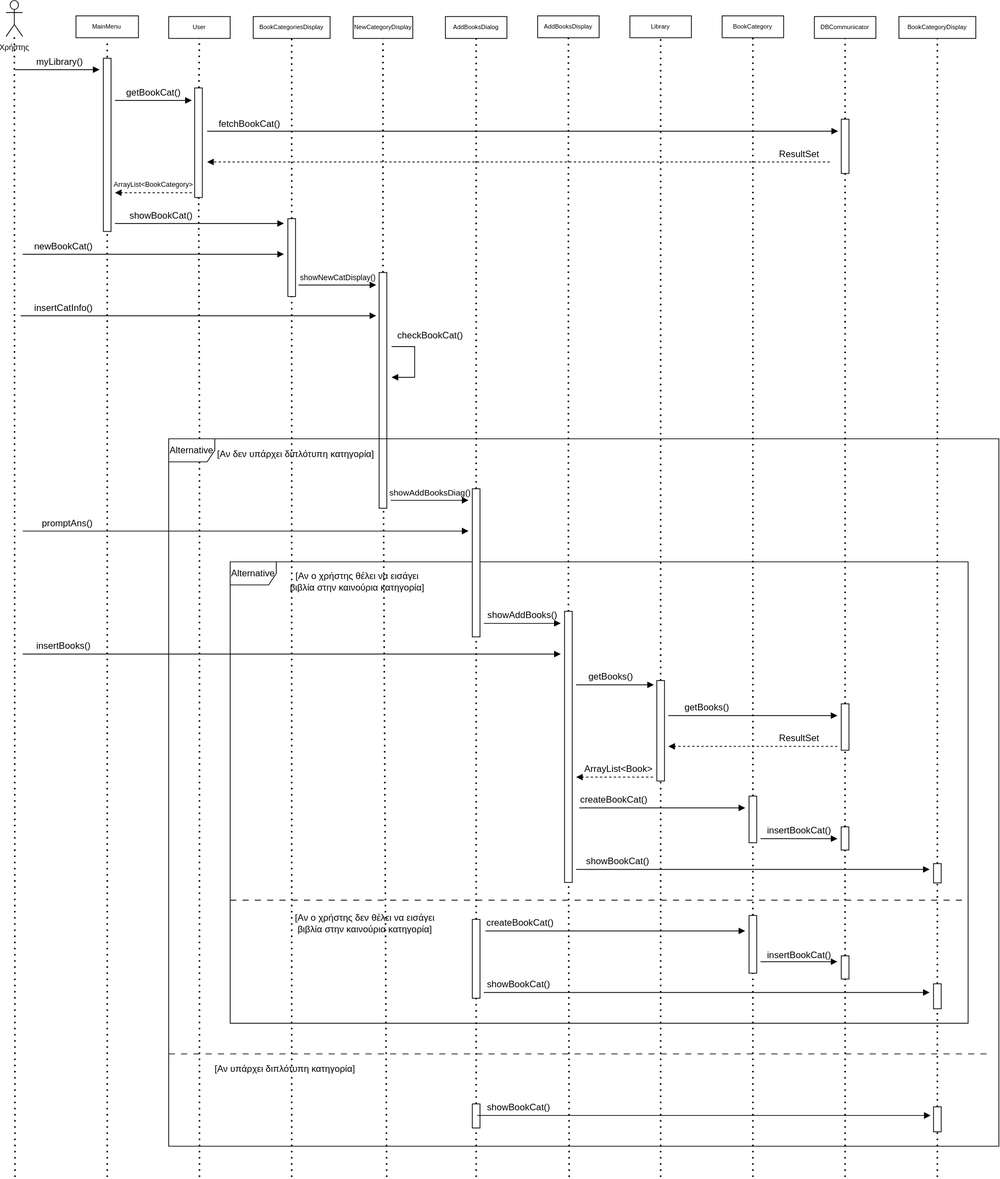
This is 2nd Assignment/Sequence Diagrams-v.0.1/Sequence-Diagram-v0.1-Δημιουργία Νέας Κατηγορίας Αποθηκευμένων Βιβλίων.svg from CallMeJasonYT/LibraVision, a draw.io export, as it was before one commit. Source tidied: cells renumbered, new cells last; positions are measured from the earlier drawing's top-left corner, leaving out a move shared by most shapes.
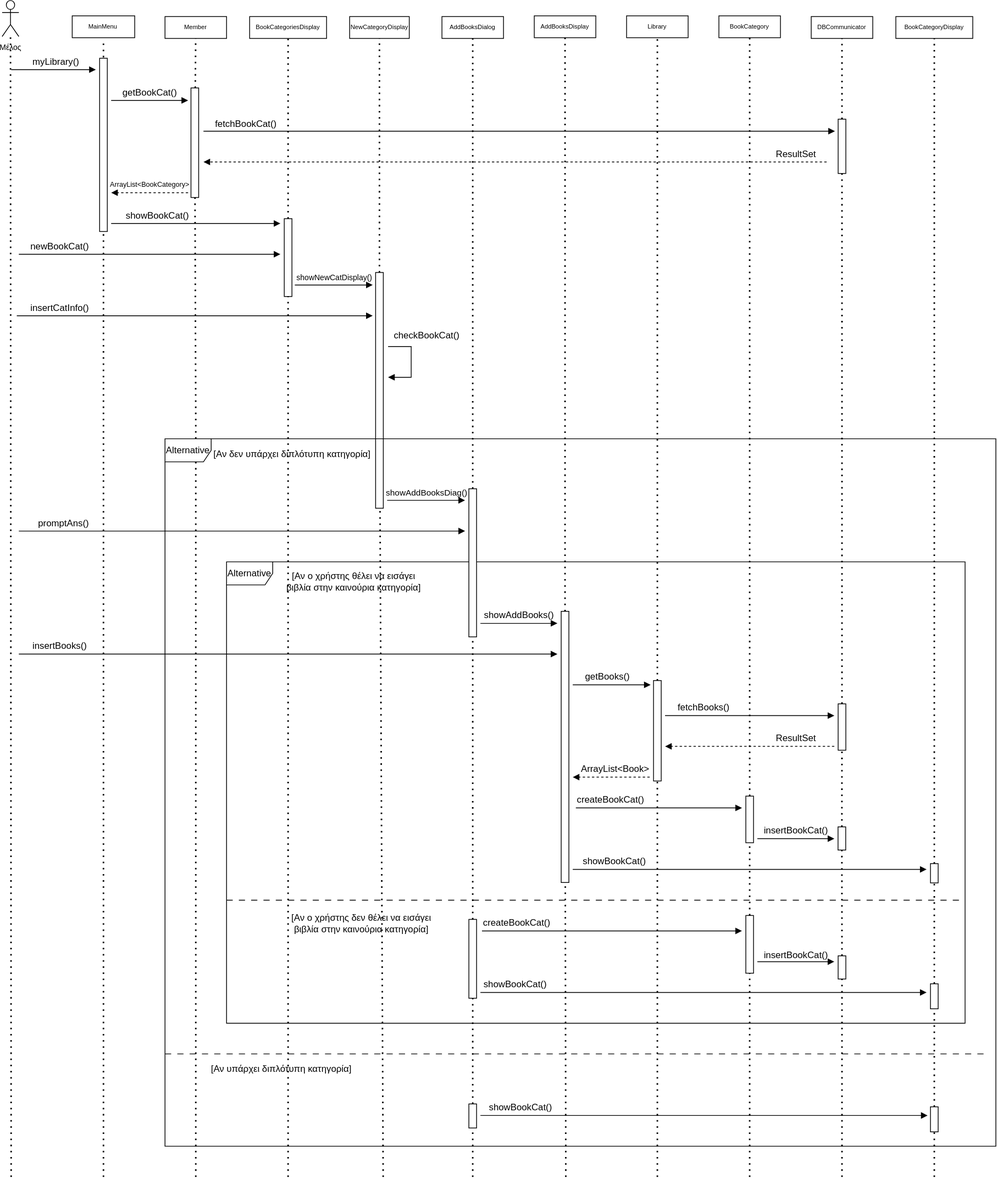
After the change.

Commit message:
Sequence-Diagram-v0.1-Δημιουργία Νέας Κατηγορίας Αποθηκευμένων Βιβλίων

Change to the diagram source:
```diff
@@ -58,10 +58,10 @@
     <mxCell id="17" value="AddBooksDisplay" style="rounded=0;whiteSpace=wrap;html=1;spacing=0;fontSize=8;" parent="1" vertex="1">
       <mxGeometry x="692" y="20" width="80" height="28.4" as="geometry" />
     </mxCell>
-    <mxCell id="18" value="&lt;font style=&quot;font-size: 10px;&quot;&gt;Χρήστης&lt;/font&gt;" style="shape=umlActor;verticalLabelPosition=bottom;verticalAlign=top;html=1;outlineConnect=0;" parent="1" vertex="1">
+    <mxCell id="18" value="&lt;font style=&quot;font-size: 10px;&quot;&gt;Μέλος&lt;/font&gt;" style="shape=umlActor;verticalLabelPosition=bottom;verticalAlign=top;html=1;outlineConnect=0;" parent="1" vertex="1">
       <mxGeometry x="0.3" width="21.7" height="46.9" as="geometry" />
     </mxCell>
-    <mxCell id="19" value="User" style="rounded=0;whiteSpace=wrap;html=1;spacing=0;fontSize=8;" parent="1" vertex="1">
+    <mxCell id="19" value="Member" style="rounded=0;whiteSpace=wrap;html=1;spacing=0;fontSize=8;" parent="1" vertex="1">
       <mxGeometry x="212" y="20.9" width="80" height="28.4" as="geometry" />
     </mxCell>
     <mxCell id="20" style="endArrow=none;dashed=1;html=1;dashPattern=1 3;strokeWidth=2;rounded=0;" parent="1" edge="1" target="18">
@@ -294,8 +294,8 @@
     <mxCell id="73" style="endArrow=none;dashed=1;html=1;dashPattern=1 3;strokeWidth=2;rounded=0;" parent="1" edge="1" source="100" target="60">
       <mxGeometry relative="1" as="geometry" />
     </mxCell>
-    <mxCell id="74" value="getBooks()" style="text;html=1;align=center;verticalAlign=middle;strokeColor=none;fillColor=none;spacing=0;" parent="1" vertex="1">
-      <mxGeometry x="872" y="910" width="80" height="20" as="geometry" />
+    <mxCell id="74" value="fetchBooks()" style="text;html=1;align=center;verticalAlign=middle;strokeColor=none;fillColor=none;spacing=0;" parent="1" vertex="1">
+      <mxGeometry x="867" y="910" width="90" height="20" as="geometry" />
     </mxCell>
     <mxCell id="75" style="rounded=0;whiteSpace=wrap;html=1;rotation=-90;" parent="1" vertex="1">
       <mxGeometry x="1061.8" y="939.9" width="60.3" height="10" as="geometry" />
@@ -376,7 +376,7 @@
     </mxCell>
     <mxCell id="96" style="html=1;verticalAlign=bottom;endArrow=block;curved=0;rounded=0;" parent="1" edge="1">
       <mxGeometry x="0.02" y="5" relative="1" as="geometry">
-        <mxPoint x="613.3" y="1450" as="sourcePoint" />
+        <mxPoint x="622" y="1450" as="sourcePoint" />
         <mxPoint x="1203.3" y="1450" as="targetPoint" />
       </mxGeometry>
     </mxCell>
@@ -396,7 +396,7 @@
       <mxGeometry x="560.7" y="1241.3" width="102.5" height="10" as="geometry" />
     </mxCell>
     <mxCell id="101" value="showBookCat()" style="text;html=1;align=center;verticalAlign=middle;strokeColor=none;fillColor=none;spacing=0;" parent="1" vertex="1">
-      <mxGeometry x="617" y="1430" width="100" height="20" as="geometry" />
+      <mxGeometry x="624" y="1430" width="100" height="20" as="geometry" />
     </mxCell>
     <mxCell id="102" style="endArrow=none;dashed=1;html=1;dashPattern=1 3;strokeWidth=2;rounded=0;" parent="1" edge="1" target="103">
       <mxGeometry relative="1" as="geometry">
```
